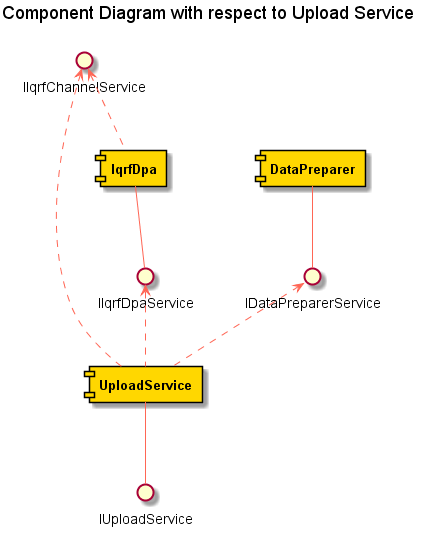
This is Documents/02-Design/sw-design-resources/ComponentDiagramWrtUploadService.png from iqrf/iqrf-gateway-daemon, a PlantUML export, as it was before one commit. The source it was exported from:
```plantuml
@startuml
title Component Diagram with respect to Upload Service

skinparam component {
  FontSize 13
  BackgroundColor<<Apache>> Red
  BorderColor<<Apache>> #FF6655
  FontName Courier
  FontStyle bold
  BorderColor black
  BackgroundColor gold
  ArrowFontStyle italic
  ArrowFontName Arial
  ArrowColor #FF6655
  ArrowFontColor #777777
}

skinparam note {
  FontSize 9
  FontName Arial
  BorderColor Gray
  BackgroundColor white
  FontStyle italic
  ArrowFontName Arial
}


interface "IUploadService" as I1
interface "IIqrfDpaService" as I2
interface "IIqrfChannelService" as I3
interface "IDataPreparerService" as I4

component [UploadService] as C1
component [IqrfDpa] as C2
component [DataPreparer] as C4

C1 -- I1
C2 -- I2
C4 -- I4
C1 .u.> I2
C1 .u.> I3
C1 .u.> I4
C2 .u.> I3

@enduml
```
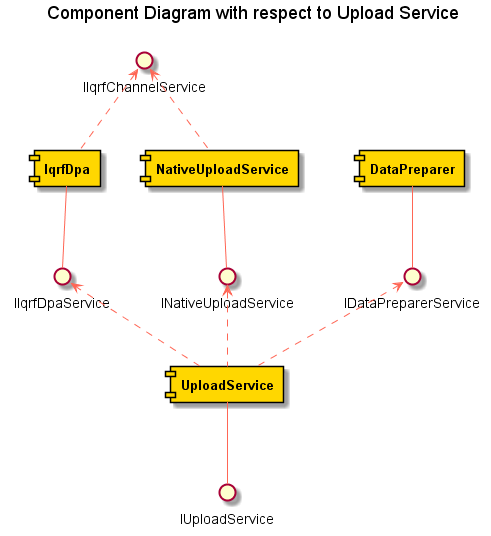
Later version of the same file.

Commit message:
Incorporation of Native Upload Service

Diff of the diagram source:
```diff
@@ -27,19 +27,23 @@
 
 interface "IUploadService" as I1
 interface "IIqrfDpaService" as I2
-interface "IIqrfChannelService" as I3
+interface "INativeUploadService" as I3
 interface "IDataPreparerService" as I4
+interface "IIqrfChannelService" as I5
 
 component [UploadService] as C1
 component [IqrfDpa] as C2
+component [NativeUploadService] as C3
 component [DataPreparer] as C4
 
 C1 -- I1
 C2 -- I2
+C3 -- I3
 C4 -- I4
 C1 .u.> I2
 C1 .u.> I3
 C1 .u.> I4
-C2 .u.> I3
+C2 .u.> I5
+C3 .u.> I5
 
 @enduml
```
